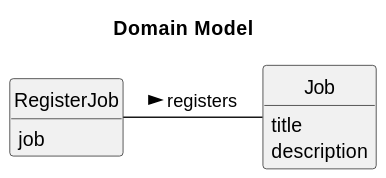
Above: docs/sprintA/us002/02.analysis/svg/us002-domain-model.svg in RicardoMorim/lapr2-ISEP-Project (PlantUML), before the change.
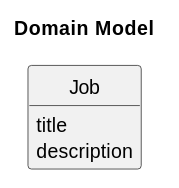
Above is the later version.

What changed in the source:
```diff
@@ -4,14 +4,8 @@
 
 title Domain Model
 
-class RegisterJob{
-    job
-}
-
 class Job {
     title
     description
 }
-
-RegisterJob - Job: registers >
 @enduml
```
